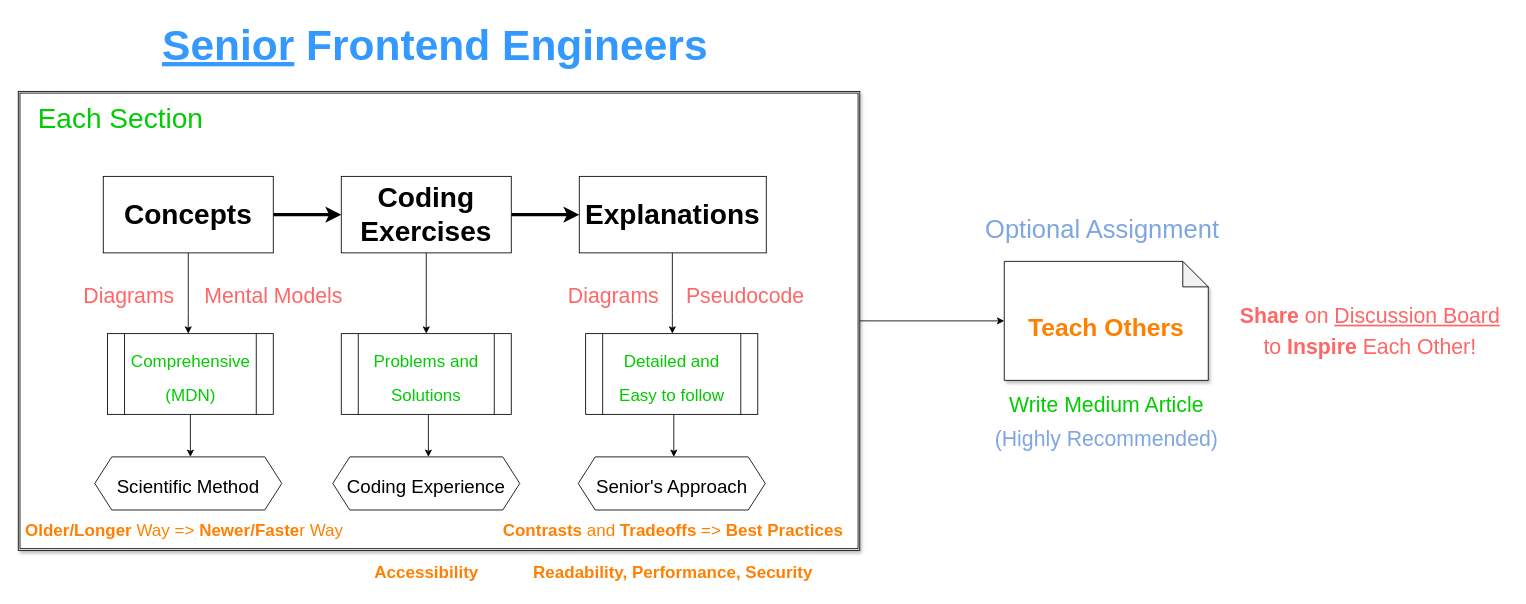
This is page "Section Structure" (3 of 3) of overview.drawio from 1-11-1/FrontendCourse2021, a draw.io file, before an edit. Source tidied: cells renumbered, new cells numbered last; positions are measured from the earlier drawing's top-left corner, leaving out a move shared by most shapes. Both pictures are drawn from the tidied source at 85%, with x=0, y=0 at pixel (18, 14).
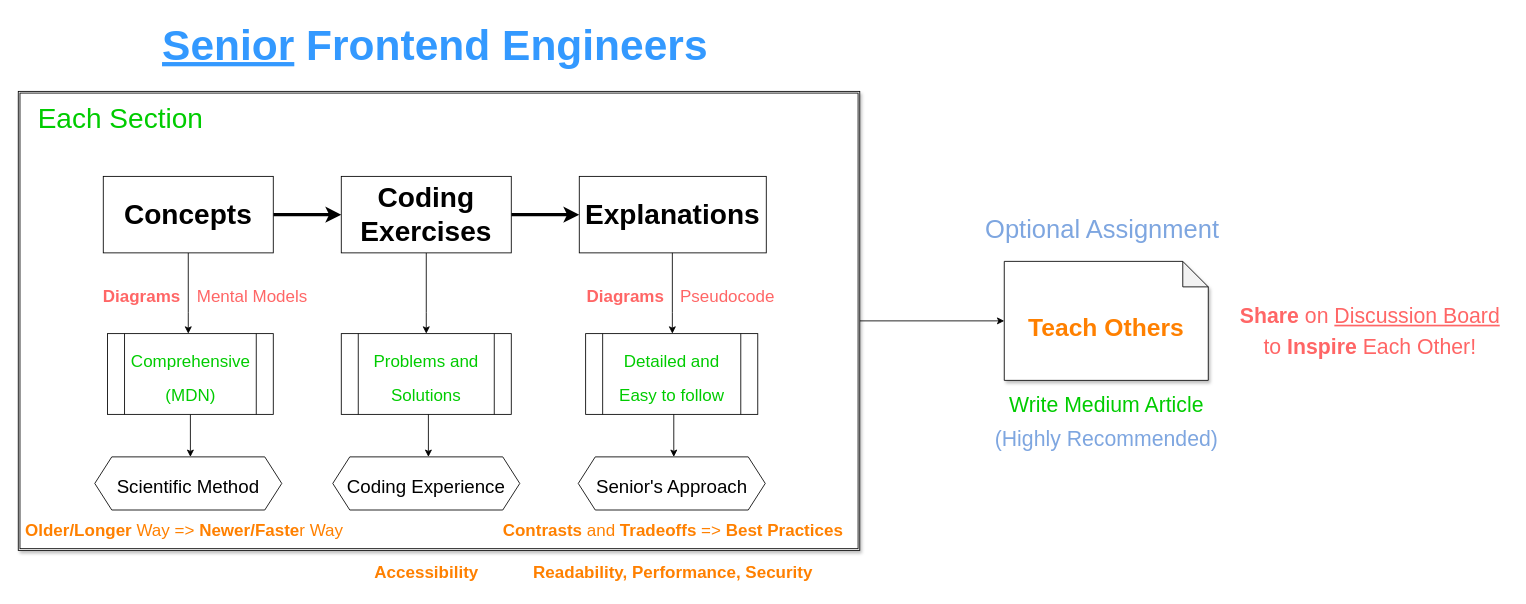
After the change.

What changed in the source:
```diff
@@
-    <mxCell id="28" value="Diagrams" style="text;html=1;align=center;verticalAlign=middle;fillColor=none;strokeColor=none;rounded=0;shadow=1;fontSize=25;fontColor=#FF6666;" parent="1" vertex="1">
-      <mxGeometry x="70" y="310" width="120" height="40" as="geometry" />
+    <mxCell id="28" value="Diagrams" style="text;html=1;align=center;verticalAlign=middle;fillColor=none;strokeColor=none;rounded=0;shadow=1;fontSize=20;fontColor=#FF6666;fontStyle=1;" parent="1" vertex="1">
+      <mxGeometry x="90" y="315" width="110" height="30" as="geometry" />
     </mxCell>
-    <mxCell id="29" value="Diagrams" style="text;html=1;align=center;verticalAlign=middle;fillColor=none;strokeColor=none;rounded=0;shadow=1;fontSize=25;fontColor=#FF6666;" parent="1" vertex="1">
-      <mxGeometry x="640" y="310" width="120" height="40" as="geometry" />
+    <mxCell id="29" value="Diagrams" style="text;html=1;align=center;verticalAlign=middle;fillColor=none;strokeColor=none;rounded=0;shadow=1;fontSize=20;fontColor=#FF6666;fontStyle=1;" parent="1" vertex="1">
+      <mxGeometry x="658.8" y="315" width="110" height="30" as="geometry" />
     </mxCell>
@@
-    <mxCell id="34" value="Mental Models" style="text;html=1;align=center;verticalAlign=middle;fillColor=none;strokeColor=none;rounded=0;shadow=1;fontSize=25;fontColor=#FF6666;" parent="1" vertex="1">
-      <mxGeometry x="210" y="310" width="180" height="40" as="geometry" />
+    <mxCell id="34" value="Mental Models" style="text;html=1;align=center;verticalAlign=middle;fillColor=none;strokeColor=none;rounded=0;shadow=1;fontSize=20;fontColor=#FF6666;" parent="1" vertex="1">
+      <mxGeometry x="200" y="315" width="150" height="30" as="geometry" />
     </mxCell>
-    <mxCell id="35" value="Pseudocode" style="text;html=1;align=center;verticalAlign=middle;fillColor=none;strokeColor=none;rounded=0;shadow=1;fontSize=25;fontColor=#FF6666;" parent="1" vertex="1">
-      <mxGeometry x="780" y="310" width="150" height="40" as="geometry" />
+    <mxCell id="35" value="Pseudocode" style="text;html=1;align=center;verticalAlign=middle;fillColor=none;strokeColor=none;rounded=0;shadow=1;fontSize=20;fontColor=#FF6666;" parent="1" vertex="1">
+      <mxGeometry x="768.8" y="315" width="130" height="30" as="geometry" />
     </mxCell>
```
